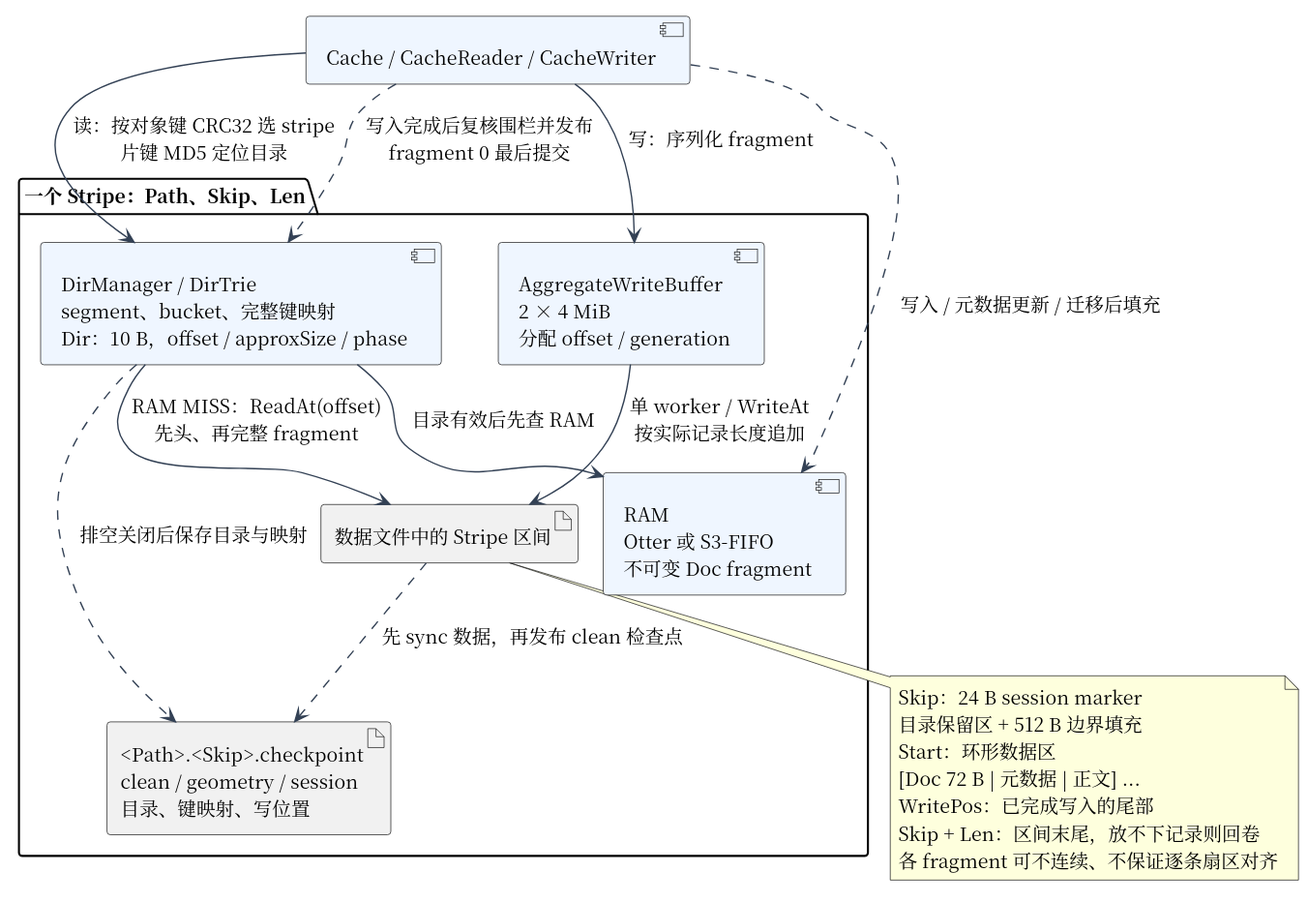
Monsterwi/bakemono keeps this PlantUML diagram as docs/diagrams/cache_layout.svg. Above is the earlier version. Its source is kept beside it as docs/diagrams/cache_layout.puml.
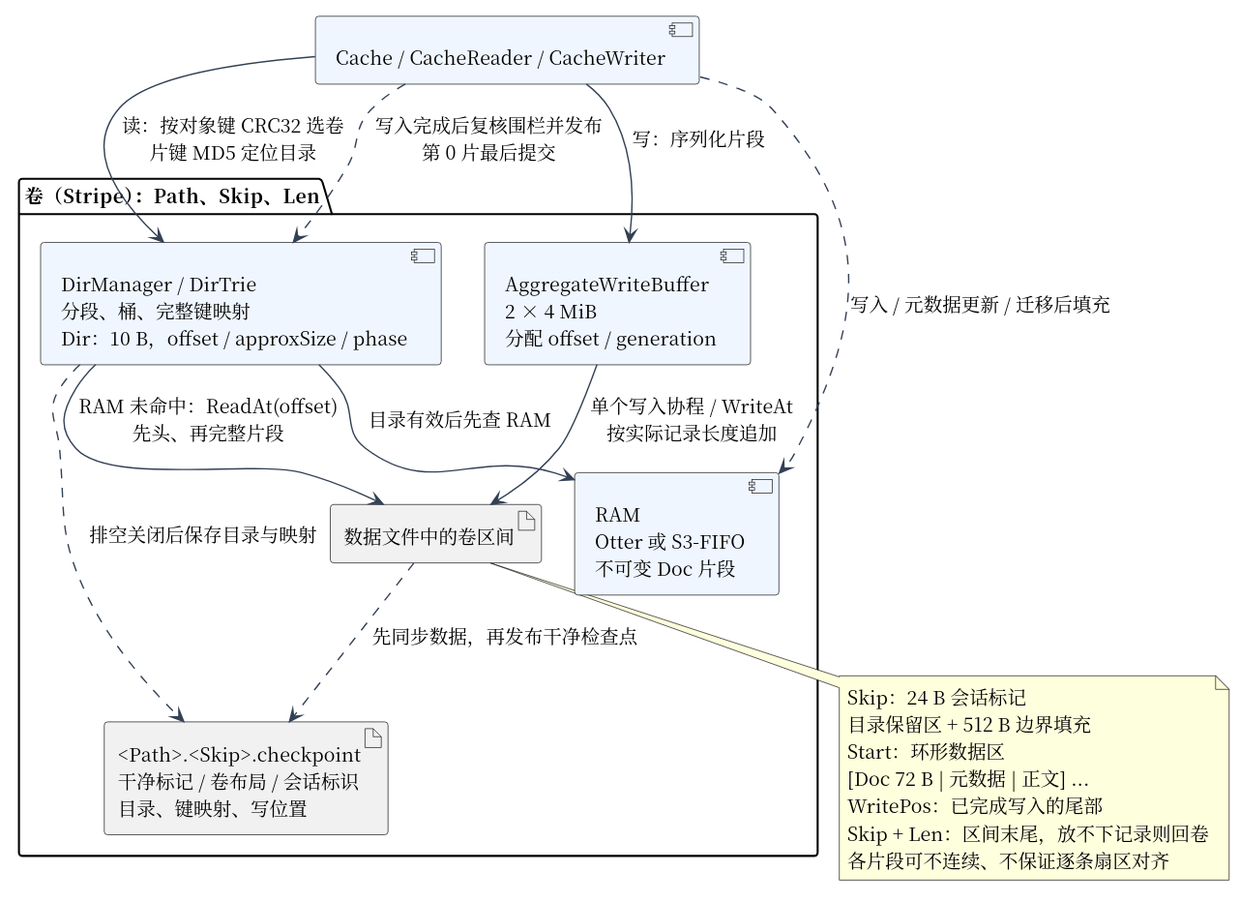
After the change.

Commit message:
docs: unify cache design in Chinese

The edit, as a diff of the source:
```diff
@@ -9,29 +9,29 @@
 skinparam stateBackgroundColor #EFF6FF
 top to bottom direction
 component "Cache / CacheReader / CacheWriter" as C
-package "一个 Stripe：Path、Skip、Len" {
-  component "DirManager / DirTrie\nsegment、bucket、完整键映射\nDir：10 B，offset / approxSize / phase" as I
-  component "RAM\nOtter 或 S3-FIFO\n不可变 Doc fragment" as R
+package "卷（Stripe）：Path、Skip、Len" {
+  component "DirManager / DirTrie\n分段、桶、完整键映射\nDir：10 B，offset / approxSize / phase" as I
+  component "RAM\nOtter 或 S3-FIFO\n不可变 Doc 片段" as R
   component "AggregateWriteBuffer\n2 × 4 MiB\n分配 offset / generation" as A
-  artifact "数据文件中的 Stripe 区间" as D
-  artifact "<Path>.<Skip>.checkpoint\nclean / geometry / session\n目录、键映射、写位置" as P
+  artifact "数据文件中的卷区间" as D
+  artifact "<Path>.<Skip>.checkpoint\n干净标记 / 卷布局 / 会话标识\n目录、键映射、写位置" as P
 }
-C --> I : 读：按对象键 CRC32 选 stripe\n片键 MD5 定位目录
+C --> I : 读：按对象键 CRC32 选卷\n片键 MD5 定位目录
 I --> R : 目录有效后先查 RAM
-I --> D : RAM MISS：ReadAt(offset)\n先头、再完整 fragment
-C --> A : 写：序列化 fragment
-A --> D : 单 worker / WriteAt\n按实际记录长度追加
-C ..> I : 写入完成后复核围栏并发布\nfragment 0 最后提交
+I --> D : RAM 未命中：ReadAt(offset)\n先头、再完整片段
+C --> A : 写：序列化片段
+A --> D : 单个写入协程 / WriteAt\n按实际记录长度追加
+C ..> I : 写入完成后复核围栏并发布\n第 0 片最后提交
 C ..> R : 写入 / 元数据更新 / 迁移后填充
 I ..> P : 排空关闭后保存目录与映射
-D ..> P : 先 sync 数据，再发布 clean 检查点
+D ..> P : 先同步数据，再发布干净检查点
 note bottom of D
-  Skip：24 B session marker
+  Skip：24 B 会话标记
   目录保留区 + 512 B 边界填充
   Start：环形数据区
   [Doc 72 B | 元数据 | 正文] ...
   WritePos：已完成写入的尾部
   Skip + Len：区间末尾，放不下记录则回卷
-  各 fragment 可不连续、不保证逐条扇区对齐
+  各片段可不连续、不保证逐条扇区对齐
 end note
 @enduml
```
